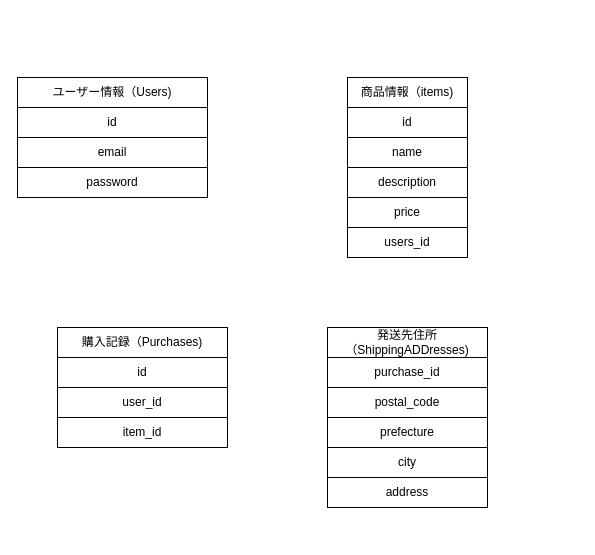
The draw.io diagram app/views/layouts/test.dio in yutaka41249/furima-41249, before the edit. Source tidied: cells renumbered, new cells numbered last; positions are measured from the earlier drawing's top-left corner, leaving out a move shared by most shapes. Both pictures are drawn from the tidied source at 100%, with x=0, y=0 at pixel (17, 77).
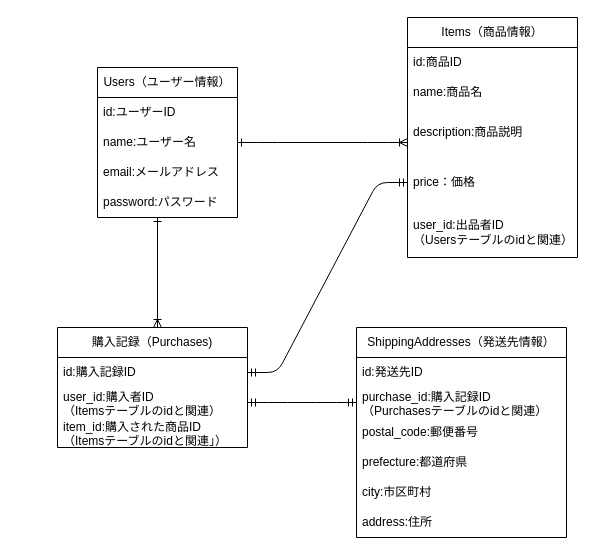
The same diagram, later.

Diff of the diagram source:
```diff
@@
-    <mxCell id="2" value="ユーザー情報（Users)" style="rounded=0;whiteSpace=wrap;html=1;direction=south;" parent="1" vertex="1">
-      <mxGeometry width="190" height="30" as="geometry" />
-    </mxCell>
-    <mxCell id="3" style="edgeStyle=none;html=1;" parent="1" edge="1" source="5" target="9">
-      <mxGeometry relative="1" as="geometry" />
-    </mxCell>
-    <mxCell id="4" style="edgeStyle=none;html=1;exitX=0.5;exitY=0;exitDx=0;exitDy=0;" parent="1" edge="1" source="5" target="2">
-      <mxGeometry relative="1" as="geometry" />
+    <mxCell id="4" style="edgeStyle=none;html=1;exitX=0.5;exitY=0;exitDx=0;exitDy=0;" parent="1" edge="1">
+      <mxGeometry relative="1" as="geometry">
+        <mxPoint x="145" y="20" as="sourcePoint" />
+        <mxPoint x="145" y="20" as="targetPoint" />
+      </mxGeometry>
     </mxCell>
-    <mxCell id="5" value="id" style="rounded=0;whiteSpace=wrap;html=1;" parent="1" vertex="1">
-      <mxGeometry y="30" width="190" height="30" as="geometry" />
-    </mxCell>
-    <mxCell id="6" style="edgeStyle=none;html=1;exitX=0.5;exitY=0;exitDx=0;exitDy=0;" parent="1" edge="1" source="7">
-      <mxGeometry relative="1" as="geometry">
-        <mxPoint x="95" y="80" as="targetPoint" />
-      </mxGeometry>
-    </mxCell>
-    <mxCell id="7" value="email" style="rounded=0;whiteSpace=wrap;html=1;" parent="1" vertex="1">
-      <mxGeometry y="60" width="190" height="30" as="geometry" />
-    </mxCell>
-    <mxCell id="8" style="edgeStyle=none;html=1;exitX=0.5;exitY=1;exitDx=0;exitDy=0;endArrow=none;" parent="1" edge="1" source="7" target="9">
-      <mxGeometry relative="1" as="geometry" />
+    <mxCell id="8" style="edgeStyle=none;html=1;exitX=0.5;exitY=1;exitDx=0;exitDy=0;endArrow=none;" parent="1" edge="1">
+      <mxGeometry relative="1" as="geometry">
+        <mxPoint x="145" y="80" as="sourcePoint" />
+        <mxPoint x="145" y="80" as="targetPoint" />
+      </mxGeometry>
     </mxCell>
-    <mxCell id="9" value="password" style="rounded=0;whiteSpace=wrap;html=1;" parent="1" vertex="1">
-      <mxGeometry y="90" width="190" height="30" as="geometry" />
-    </mxCell>
-    <mxCell id="10" value="商品情報（items)" style="rounded=0;whiteSpace=wrap;html=1;" parent="1" vertex="1">
-      <mxGeometry x="330" width="120" height="30" as="geometry" />
-    </mxCell>
-    <mxCell id="11" value="id" style="rounded=0;whiteSpace=wrap;html=1;" parent="1" vertex="1">
-      <mxGeometry x="330" y="30" width="120" height="30" as="geometry" />
-    </mxCell>
-    <mxCell id="12" value="name" style="rounded=0;whiteSpace=wrap;html=1;" parent="1" vertex="1">
-      <mxGeometry x="330" y="60" width="120" height="30" as="geometry" />
-    </mxCell>
+    <mxCell id="26" value="Users（ユーザー情報）" style="swimlane;fontStyle=0;horizontal=1;startSize=30;whiteSpace=wrap;html=1;" parent="1" vertex="1">
+      <mxGeometry x="80" y="-10" width="140" height="150" as="geometry" />
+    </mxCell>
+    <mxCell id="27" value="id:ユーザーID" style="text;strokeColor=none;fillColor=none;align=left;verticalAlign=middle;spacingLeft=4;spacingRight=4;overflow=hidden;whiteSpace=wrap;html=1;" parent="26" vertex="1">
+      <mxGeometry y="30" width="140" height="30" as="geometry" />
+    </mxCell>
+    <mxCell id="28" value="name:ユーザー名" style="text;strokeColor=none;fillColor=none;align=left;verticalAlign=middle;spacingLeft=4;spacingRight=4;overflow=hidden;points=[[0,0.5],[1,0.5]];portConstraint=eastwest;whiteSpace=wrap;html=1;" parent="26" vertex="1">
+      <mxGeometry y="60" width="140" height="30" as="geometry" />
+    </mxCell>
+    <mxCell id="29" value="email:メールアドレス" style="text;strokeColor=none;fillColor=none;align=left;verticalAlign=middle;spacingLeft=4;spacingRight=4;overflow=hidden;whiteSpace=wrap;html=1;" parent="26" vertex="1">
+      <mxGeometry y="90" width="140" height="30" as="geometry" />
+    </mxCell>
+    <mxCell id="30" value="password:パスワード" style="text;strokeColor=none;fillColor=none;align=left;verticalAlign=middle;spacingLeft=4;spacingRight=4;overflow=hidden;whiteSpace=wrap;html=1;" parent="26" vertex="1">
+      <mxGeometry y="120" width="140" height="30" as="geometry" />
+    </mxCell>
+    <mxCell id="31" value="Items（商品情報）" style="swimlane;fontStyle=0;horizontal=1;startSize=30;whiteSpace=wrap;html=1;" parent="1" vertex="1">
+      <mxGeometry x="390" y="-60" width="170" height="240" as="geometry" />
+    </mxCell>
+    <mxCell id="32" value="id:商品ID" style="text;strokeColor=none;fillColor=none;align=left;verticalAlign=middle;spacingLeft=4;spacingRight=4;overflow=hidden;whiteSpace=wrap;html=1;" parent="31" vertex="1">
+      <mxGeometry y="30" width="170" height="30" as="geometry" />
+    </mxCell>
+    <mxCell id="33" value="name:商品名" style="text;strokeColor=none;fillColor=none;align=left;verticalAlign=middle;spacingLeft=4;spacingRight=4;overflow=hidden;whiteSpace=wrap;html=1;" parent="31" vertex="1">
+      <mxGeometry y="60" width="170" height="30" as="geometry" />
+    </mxCell>
+    <mxCell id="34" value="description:商品説明" style="text;strokeColor=none;fillColor=none;align=left;verticalAlign=middle;spacingLeft=4;spacingRight=4;overflow=hidden;whiteSpace=wrap;html=1;" parent="31" vertex="1">
+      <mxGeometry y="90" width="170" height="50" as="geometry" />
+    </mxCell>
+    <mxCell id="35" value="price：価格" style="text;strokeColor=none;fillColor=none;align=left;verticalAlign=middle;spacingLeft=4;spacingRight=4;overflow=hidden;points=[[0,0.5],[1,0.5]];portConstraint=eastwest;whiteSpace=wrap;html=1;" parent="31" vertex="1">
+      <mxGeometry y="140" width="170" height="50" as="geometry" />
+    </mxCell>
+    <mxCell id="36" value="user_id:出品者ID&lt;br&gt;（Usersテーブルのidと関連）" style="text;strokeColor=none;fillColor=none;align=left;verticalAlign=middle;spacingLeft=4;spacingRight=4;overflow=hidden;whiteSpace=wrap;html=1;" parent="31" vertex="1">
+      <mxGeometry y="190" width="170" height="50" as="geometry" />
+    </mxCell>
-    <mxCell id="13" value="購入記録（Purchases)" style="rounded=0;whiteSpace=wrap;html=1;" parent="1" vertex="1">
-      <mxGeometry x="40" y="250" width="170" height="30" as="geometry" />
+    <mxCell id="13" value="購入記録（Purchases)" style="swimlane;fontStyle=0;horizontal=1;startSize=30;whiteSpace=wrap;html=1;" parent="1" vertex="1">
+      <mxGeometry x="40" y="250" width="190" height="120" as="geometry" />
     </mxCell>
-    <mxCell id="14" value="id" style="rounded=0;whiteSpace=wrap;html=1;" parent="1" vertex="1">
-      <mxGeometry x="40" y="280" width="170" height="30" as="geometry" />
-    </mxCell>
-    <mxCell id="15" value="user_id" style="rounded=0;whiteSpace=wrap;html=1;" parent="1" vertex="1">
-      <mxGeometry x="40" y="310" width="170" height="30" as="geometry" />
-    </mxCell>
-    <mxCell id="16" value="item_id" style="rounded=0;whiteSpace=wrap;html=1;" parent="1" vertex="1">
-      <mxGeometry x="40" y="340" width="170" height="30" as="geometry" />
-    </mxCell>
-    <mxCell id="17" value="description" style="rounded=0;whiteSpace=wrap;html=1;" parent="1" vertex="1">
-      <mxGeometry x="330" y="90" width="120" height="30" as="geometry" />
-    </mxCell>
-    <mxCell id="18" value="price" style="rounded=0;whiteSpace=wrap;html=1;" parent="1" vertex="1">
-      <mxGeometry x="330" y="120" width="120" height="30" as="geometry" />
-    </mxCell>
-    <mxCell id="19" value="発送先住所（ShippingADDresses)" style="rounded=0;whiteSpace=wrap;html=1;" parent="1" vertex="1">
-      <mxGeometry x="310" y="250" width="160" height="30" as="geometry" />
-    </mxCell>
-    <mxCell id="20" value="purchase_id" style="rounded=0;whiteSpace=wrap;html=1;" parent="1" vertex="1">
-      <mxGeometry x="310" y="280" width="160" height="30" as="geometry" />
-    </mxCell>
-    <mxCell id="21" value="postal_code" style="rounded=0;whiteSpace=wrap;html=1;" parent="1" vertex="1">
-      <mxGeometry x="310" y="310" width="160" height="30" as="geometry" />
-    </mxCell>
-    <mxCell id="22" value="prefecture" style="rounded=0;whiteSpace=wrap;html=1;" parent="1" vertex="1">
-      <mxGeometry x="310" y="340" width="160" height="30" as="geometry" />
-    </mxCell>
-    <mxCell id="23" value="users_id" style="rounded=0;whiteSpace=wrap;html=1;" parent="1" vertex="1">
-      <mxGeometry x="330" y="150" width="120" height="30" as="geometry" />
-    </mxCell>
-    <mxCell id="24" value="city" style="rounded=0;whiteSpace=wrap;html=1;" parent="1" vertex="1">
-      <mxGeometry x="310" y="370" width="160" height="30" as="geometry" />
-    </mxCell>
-    <mxCell id="25" value="address" style="rounded=0;whiteSpace=wrap;html=1;" parent="1" vertex="1">
-      <mxGeometry x="310" y="400" width="160" height="30" as="geometry" />
-    </mxCell>
+    <mxCell id="37" value="id:購入記録ID" style="text;strokeColor=none;fillColor=none;align=left;verticalAlign=middle;spacingLeft=4;spacingRight=4;overflow=hidden;points=[[0,0.5],[1,0.5]];portConstraint=eastwest;whiteSpace=wrap;html=1;" parent="13" vertex="1">
+      <mxGeometry y="30" width="190" height="30" as="geometry" />
+    </mxCell>
+    <mxCell id="38" value="user_id:購入者ID&lt;br&gt;（Itemsテーブルのidと関連）" style="text;strokeColor=none;fillColor=none;align=left;verticalAlign=middle;spacingLeft=4;spacingRight=4;overflow=hidden;points=[[0,0.5],[1,0.5]];portConstraint=eastwest;whiteSpace=wrap;html=1;" parent="13" vertex="1">
+      <mxGeometry y="60" width="190" height="30" as="geometry" />
+    </mxCell>
+    <mxCell id="39" value="item_id:購入された商品ID&lt;br&gt;（Itemsテーブルのidと関連」）" style="text;strokeColor=none;fillColor=none;align=left;verticalAlign=middle;spacingLeft=4;spacingRight=4;overflow=hidden;whiteSpace=wrap;html=1;" parent="13" vertex="1">
+      <mxGeometry y="90" width="190" height="30" as="geometry" />
+    </mxCell>
+    <mxCell id="40" value="ShippingAddresses（発送先情報）" style="swimlane;fontStyle=0;horizontal=1;startSize=30;whiteSpace=wrap;html=1;" parent="1" vertex="1">
+      <mxGeometry x="339" y="250" width="210" height="210" as="geometry" />
+    </mxCell>
+    <mxCell id="41" value="id:発送先ID" style="text;strokeColor=none;fillColor=none;align=left;verticalAlign=middle;spacingLeft=4;spacingRight=4;overflow=hidden;whiteSpace=wrap;html=1;" parent="40" vertex="1">
+      <mxGeometry y="30" width="210" height="30" as="geometry" />
+    </mxCell>
+    <mxCell id="42" value="purchase_id:購入記録ID&lt;br&gt;（Purchasesテーブルのidと関連）" style="text;strokeColor=none;fillColor=none;align=left;verticalAlign=middle;spacingLeft=4;spacingRight=4;overflow=hidden;points=[[0,0.5],[1,0.5]];portConstraint=eastwest;whiteSpace=wrap;html=1;" parent="40" vertex="1">
+      <mxGeometry y="60" width="210" height="30" as="geometry" />
+    </mxCell>
+    <mxCell id="43" value="postal_code:郵便番号" style="text;strokeColor=none;fillColor=none;align=left;verticalAlign=middle;spacingLeft=4;spacingRight=4;overflow=hidden;whiteSpace=wrap;html=1;" parent="40" vertex="1">
+      <mxGeometry y="90" width="210" height="30" as="geometry" />
+    </mxCell>
+    <mxCell id="44" value="prefecture:都道府県" style="text;strokeColor=none;fillColor=none;align=left;verticalAlign=middle;spacingLeft=4;spacingRight=4;overflow=hidden;whiteSpace=wrap;html=1;" parent="40" vertex="1">
+      <mxGeometry y="120" width="210" height="30" as="geometry" />
+    </mxCell>
+    <mxCell id="45" value="city:市区町村" style="text;strokeColor=none;fillColor=none;align=left;verticalAlign=middle;spacingLeft=4;spacingRight=4;overflow=hidden;whiteSpace=wrap;html=1;" parent="40" vertex="1">
+      <mxGeometry y="150" width="210" height="30" as="geometry" />
+    </mxCell>
+    <mxCell id="46" value="address:住所" style="text;strokeColor=none;fillColor=none;align=left;verticalAlign=middle;spacingLeft=4;spacingRight=4;overflow=hidden;whiteSpace=wrap;html=1;" parent="40" vertex="1">
+      <mxGeometry y="180" width="210" height="30" as="geometry" />
+    </mxCell>
+    <mxCell id="47" style="edgeStyle=entityRelationEdgeStyle;fontSize=12;html=1;endArrow=ERoneToMany;exitX=1;exitY=0.5;exitDx=0;exitDy=0;startArrow=ERone;startFill=0;" parent="1" edge="1" source="28">
+      <mxGeometry relative="1" as="geometry">
+        <mxPoint x="390" y="65" as="targetPoint" />
+      </mxGeometry>
+    </mxCell>
+    <mxCell id="48" style="edgeStyle=entityRelationEdgeStyle;fontSize=12;html=1;endArrow=ERmandOne;startArrow=ERmandOne;exitX=1;exitY=0.5;exitDx=0;exitDy=0;entryX=0;entryY=0.5;entryDx=0;entryDy=0;" parent="1" edge="1" source="38" target="42">
+      <mxGeometry relative="1" as="geometry" />
+    </mxCell>
+    <mxCell id="49" style="edgeStyle=entityRelationEdgeStyle;fontSize=12;html=1;endArrow=ERmandOne;startArrow=ERmandOne;exitX=1;exitY=0.5;exitDx=0;exitDy=0;entryX=0;entryY=0.5;entryDx=0;entryDy=0;" parent="1" edge="1" source="37" target="35">
+      <mxGeometry relative="1" as="geometry" />
+    </mxCell>
+    <mxCell id="50" style="html=1;startArrow=ERone;startFill=0;endArrow=ERoneToMany;endFill=0;" parent="1" edge="1">
+      <mxGeometry relative="1" as="geometry">
+        <mxPoint x="140" y="140" as="sourcePoint" />
+        <mxPoint x="140" y="250" as="targetPoint" />
+      </mxGeometry>
+    </mxCell>
```
